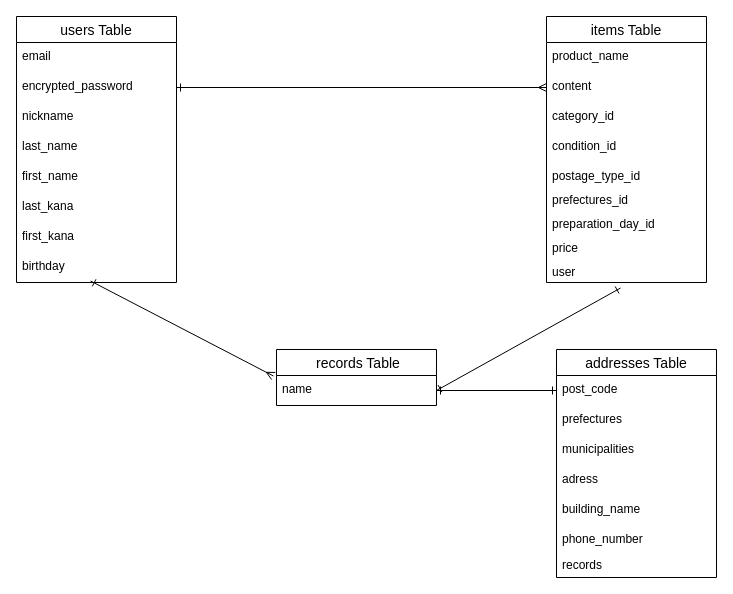
This is test.dio from swift080687/furima-38016, a draw.io file, before an edit. Source tidied: cells renumbered, new cells numbered last; positions are measured from the earlier drawing's top-left corner, leaving out a move shared by most shapes. Both pictures are drawn from the tidied source at 100%, with x=0, y=0 at pixel (16, 16).
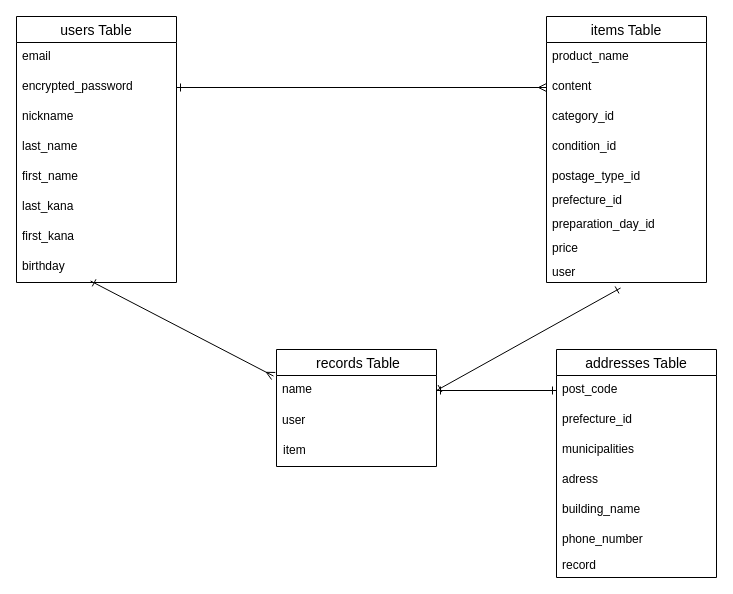
After the change.

Commit message (it also covers changes not shown here):
データベース設計_修正2

Unchanged cells that the change refers to:
```xml
<mxCell id="12" value="items Table" style="swimlane;fontStyle=0;horizontal=1;startSize=26;align=center;fontSize=14;" parent="1" vertex="1">
  <mxGeometry x="530" width="160" height="266" as="geometry" />
</mxCell>
<mxCell id="23" value="addresses Table" style="swimlane;fontStyle=0;horizontal=1;startSize=26;align=center;fontSize=14;" parent="1" vertex="1">
  <mxGeometry x="540" y="333" width="160" height="228" as="geometry" />
</mxCell>
```

The edit, as a diff of the source:
```diff
@@
     <mxCell id="11" value=" records Table" style="swimlane;fontStyle=0;horizontal=1;startSize=26;align=center;fontSize=14;" parent="1" vertex="1">
-      <mxGeometry x="260" y="333" width="160" height="56" as="geometry" />
+      <mxGeometry x="260" y="333" width="160" height="117" as="geometry" />
     </mxCell>
@@
-    <mxCell id="18" value="prefectures_id" style="text;strokeColor=none;fillColor=none;spacingLeft=4;spacingRight=4;overflow=hidden;fontSize=12;" parent="12" vertex="1">
+    <mxCell id="18" value="prefecture_id" style="text;strokeColor=none;fillColor=none;spacingLeft=4;spacingRight=4;overflow=hidden;fontSize=12;" parent="12" vertex="1">
       <mxGeometry y="170" width="160" height="24" as="geometry" />
     </mxCell>
@@
-    <mxCell id="25" value="prefectures" style="text;strokeColor=none;fillColor=none;spacingLeft=4;spacingRight=4;overflow=hidden;fontSize=12;" parent="23" vertex="1">
+    <mxCell id="25" value="prefecture_id" style="text;strokeColor=none;fillColor=none;spacingLeft=4;spacingRight=4;overflow=hidden;fontSize=12;" parent="23" vertex="1">
       <mxGeometry y="56" width="160" height="30" as="geometry" />
     </mxCell>
@@
-    <mxCell id="30" value="records" style="text;strokeColor=none;fillColor=none;spacingLeft=4;spacingRight=4;overflow=hidden;fontSize=12;" parent="23" vertex="1">
+    <mxCell id="30" value="record" style="text;strokeColor=none;fillColor=none;spacingLeft=4;spacingRight=4;overflow=hidden;fontSize=12;" parent="23" vertex="1">
       <mxGeometry y="202" width="160" height="26" as="geometry" />
     </mxCell>
@@
+    <mxCell id="35" value="user" style="text;strokeColor=none;fillColor=none;spacingLeft=4;spacingRight=4;overflow=hidden;fontSize=12;" parent="1" vertex="1">
+      <mxGeometry x="260" y="390" width="160" height="30" as="geometry" />
+    </mxCell>
+    <mxCell id="36" value="item" style="text;strokeColor=none;fillColor=none;spacingLeft=4;spacingRight=4;overflow=hidden;fontSize=12;" parent="1" vertex="1">
+      <mxGeometry x="261" y="420" width="160" height="30" as="geometry" />
+    </mxCell>
```
